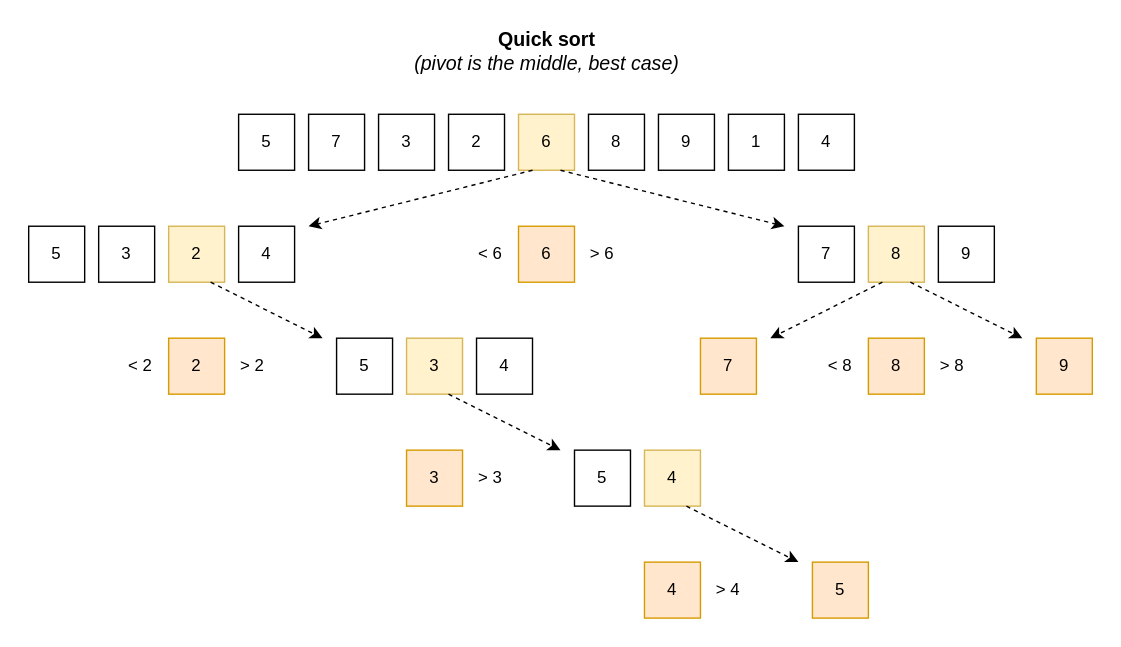
Above: quick_sort/quick_sort.drawio.svg in oleksiivelychko/go-christmass (draw.io), before the change. Source tidied: cells renumbered, new cells last; positions are measured from the earlier drawing's top-left corner, leaving out a move shared by most shapes.
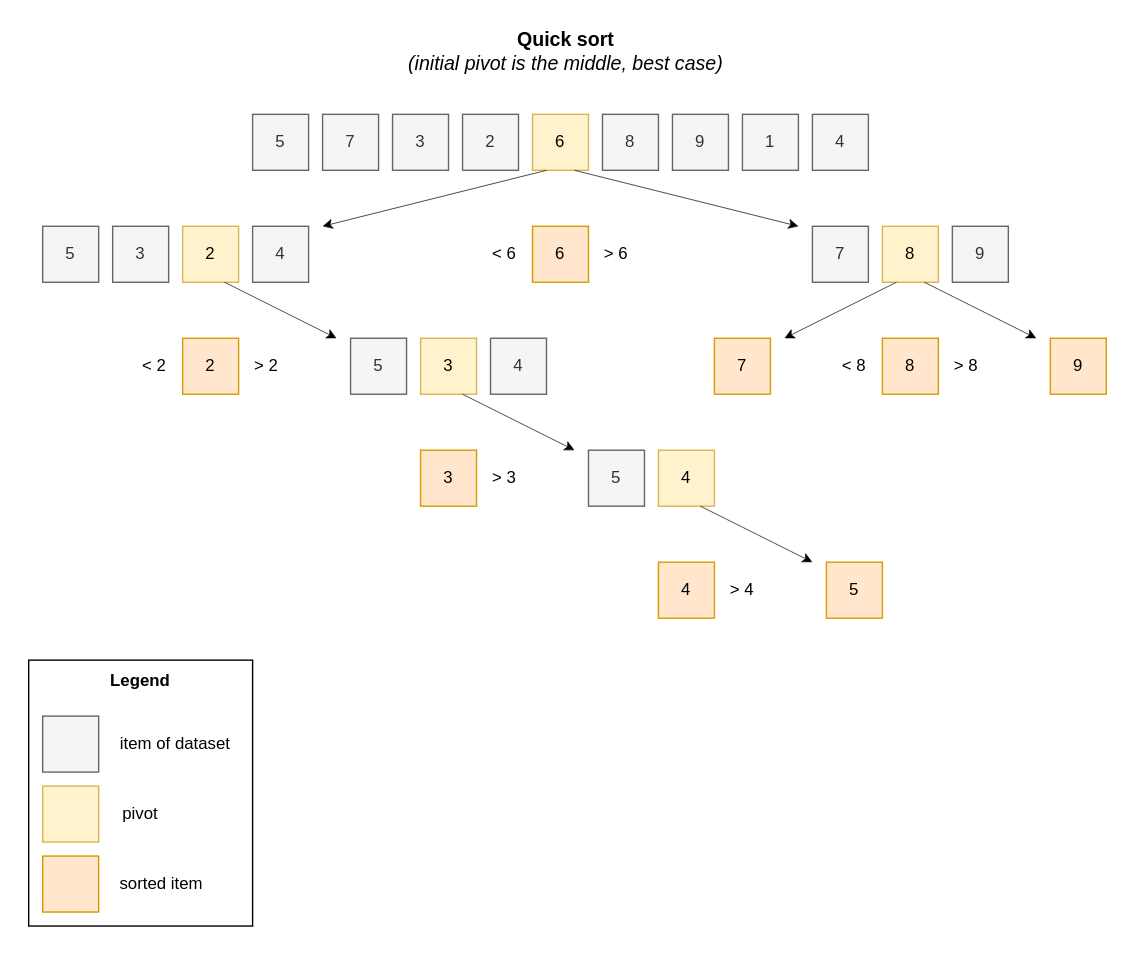
After the commit.

Diff of the diagram source:
```diff
@@ -2,60 +2,60 @@
   <root>
     <mxCell id="0" />
     <mxCell id="1" parent="0" />
-    <mxCell id="2" value="Quick sort &lt;br&gt;&lt;span style=&quot;font-weight: normal;&quot;&gt;&lt;i&gt;(pivot is the middle, best case)&lt;/i&gt;&lt;/span&gt;" style="text;html=1;strokeColor=none;fillColor=none;align=center;verticalAlign=middle;whiteSpace=wrap;rounded=0;fontSize=14;fontStyle=1;" parent="1" vertex="1">
-      <mxGeometry x="272.5" width="195" height="30" as="geometry" />
-    </mxCell>
-    <mxCell id="3" value="5" style="whiteSpace=wrap;html=1;" parent="1" vertex="1">
-      <mxGeometry x="150" y="60" width="40" height="40" as="geometry" />
-    </mxCell>
-    <mxCell id="4" value="7" style="whiteSpace=wrap;html=1;" parent="1" vertex="1">
-      <mxGeometry x="200" y="60" width="40" height="40" as="geometry" />
-    </mxCell>
-    <mxCell id="5" value="3" style="whiteSpace=wrap;html=1;" parent="1" vertex="1">
-      <mxGeometry x="250" y="60" width="40" height="40" as="geometry" />
-    </mxCell>
+    <mxCell id="47" value="Quick sort &lt;br&gt;&lt;span style=&quot;font-weight: normal;&quot;&gt;&lt;i&gt;(initial pivot is the middle, best case)&lt;/i&gt;&lt;/span&gt;" style="text;html=1;strokeColor=none;fillColor=none;align=center;verticalAlign=middle;whiteSpace=wrap;rounded=0;fontSize=14;fontStyle=1;" parent="1" vertex="1">
+      <mxGeometry x="260" width="227.5" height="30" as="geometry" />
+    </mxCell>
+    <mxCell id="48" value="5" style="whiteSpace=wrap;html=1;fillColor=#f5f5f5;fontColor=#333333;strokeColor=#666666;" parent="1" vertex="1">
+      <mxGeometry x="150" y="60" width="40" height="40" as="geometry" />
+    </mxCell>
+    <mxCell id="49" value="7" style="whiteSpace=wrap;html=1;fillColor=#f5f5f5;fontColor=#333333;strokeColor=#666666;" parent="1" vertex="1">
+      <mxGeometry x="200" y="60" width="40" height="40" as="geometry" />
+    </mxCell>
+    <mxCell id="50" value="3" style="whiteSpace=wrap;html=1;fillColor=#f5f5f5;fontColor=#333333;strokeColor=#666666;" parent="1" vertex="1">
+      <mxGeometry x="250" y="60" width="40" height="40" as="geometry" />
+    </mxCell>
-    <mxCell id="6" value="2" style="whiteSpace=wrap;html=1;" parent="1" vertex="1">
+    <mxCell id="6" value="2" style="whiteSpace=wrap;html=1;fillColor=#f5f5f5;fontColor=#333333;strokeColor=#666666;" parent="1" vertex="1">
       <mxGeometry x="300" y="60" width="40" height="40" as="geometry" />
     </mxCell>
     <mxCell id="7" value="6" style="whiteSpace=wrap;html=1;fillColor=#fff2cc;strokeColor=#d6b656;" parent="1" vertex="1">
       <mxGeometry x="350" y="60" width="40" height="40" as="geometry" />
     </mxCell>
-    <mxCell id="8" value="8" style="whiteSpace=wrap;html=1;" parent="1" vertex="1">
+    <mxCell id="8" value="8" style="whiteSpace=wrap;html=1;fillColor=#f5f5f5;fontColor=#333333;strokeColor=#666666;" parent="1" vertex="1">
       <mxGeometry x="400" y="60" width="40" height="40" as="geometry" />
     </mxCell>
-    <mxCell id="9" value="9" style="whiteSpace=wrap;html=1;" parent="1" vertex="1">
-      <mxGeometry x="450" y="60" width="40" height="40" as="geometry" />
-    </mxCell>
+    <mxCell id="51" value="9" style="whiteSpace=wrap;html=1;fillColor=#f5f5f5;fontColor=#333333;strokeColor=#666666;" parent="1" vertex="1">
+      <mxGeometry x="450" y="60" width="40" height="40" as="geometry" />
+    </mxCell>
-    <mxCell id="10" value="1" style="whiteSpace=wrap;html=1;" parent="1" vertex="1">
+    <mxCell id="10" value="1" style="whiteSpace=wrap;html=1;fillColor=#f5f5f5;fontColor=#333333;strokeColor=#666666;" parent="1" vertex="1">
       <mxGeometry x="500" y="60" width="40" height="40" as="geometry" />
     </mxCell>
-    <mxCell id="11" value="4" style="whiteSpace=wrap;html=1;" parent="1" vertex="1">
-      <mxGeometry x="550" y="60" width="40" height="40" as="geometry" />
-    </mxCell>
+    <mxCell id="52" value="4" style="whiteSpace=wrap;html=1;fillColor=#f5f5f5;fontColor=#333333;strokeColor=#666666;" parent="1" vertex="1">
+      <mxGeometry x="550" y="60" width="40" height="40" as="geometry" />
+    </mxCell>
     <mxCell id="12" value="6" style="whiteSpace=wrap;html=1;fillColor=#ffe6cc;strokeColor=#d79b00;" parent="1" vertex="1">
       <mxGeometry x="350" y="140" width="40" height="40" as="geometry" />
     </mxCell>
-    <mxCell id="13" value="5" style="whiteSpace=wrap;html=1;" parent="1" vertex="1">
-      <mxGeometry y="140" width="40" height="40" as="geometry" />
-    </mxCell>
-    <mxCell id="14" value="3" style="whiteSpace=wrap;html=1;" parent="1" vertex="1">
-      <mxGeometry x="50" y="140" width="40" height="40" as="geometry" />
-    </mxCell>
-    <mxCell id="15" value="7" style="whiteSpace=wrap;html=1;" parent="1" vertex="1">
-      <mxGeometry x="550" y="140" width="40" height="40" as="geometry" />
-    </mxCell>
+    <mxCell id="53" value="5" style="whiteSpace=wrap;html=1;fillColor=#f5f5f5;fontColor=#333333;strokeColor=#666666;" parent="1" vertex="1">
+      <mxGeometry y="140" width="40" height="40" as="geometry" />
+    </mxCell>
+    <mxCell id="54" value="3" style="whiteSpace=wrap;html=1;fillColor=#f5f5f5;fontColor=#333333;strokeColor=#666666;" parent="1" vertex="1">
+      <mxGeometry x="50" y="140" width="40" height="40" as="geometry" />
+    </mxCell>
+    <mxCell id="55" value="7" style="whiteSpace=wrap;html=1;fillColor=#f5f5f5;fontColor=#333333;strokeColor=#666666;" parent="1" vertex="1">
+      <mxGeometry x="550" y="140" width="40" height="40" as="geometry" />
+    </mxCell>
     <mxCell id="16" value="2" style="whiteSpace=wrap;html=1;fillColor=#fff2cc;strokeColor=#d6b656;" parent="1" vertex="1">
       <mxGeometry x="100" y="140" width="40" height="40" as="geometry" />
     </mxCell>
     <mxCell id="17" value="8" style="whiteSpace=wrap;html=1;fillColor=#fff2cc;strokeColor=#d6b656;" parent="1" vertex="1">
       <mxGeometry x="600" y="140" width="40" height="40" as="geometry" />
     </mxCell>
-    <mxCell id="18" value="9" style="whiteSpace=wrap;html=1;" parent="1" vertex="1">
-      <mxGeometry x="650" y="140" width="40" height="40" as="geometry" />
-    </mxCell>
-    <mxCell id="19" value="4" style="whiteSpace=wrap;html=1;" parent="1" vertex="1">
-      <mxGeometry x="150" y="140" width="40" height="40" as="geometry" />
-    </mxCell>
+    <mxCell id="56" value="9" style="whiteSpace=wrap;html=1;fillColor=#f5f5f5;fontColor=#333333;strokeColor=#666666;" parent="1" vertex="1">
+      <mxGeometry x="650" y="140" width="40" height="40" as="geometry" />
+    </mxCell>
+    <mxCell id="57" value="4" style="whiteSpace=wrap;html=1;fillColor=#f5f5f5;fontColor=#333333;strokeColor=#666666;" parent="1" vertex="1">
+      <mxGeometry x="150" y="140" width="40" height="40" as="geometry" />
+    </mxCell>
     <mxCell id="20" value="&amp;lt; 6" style="text;html=1;strokeColor=none;fillColor=none;align=center;verticalAlign=middle;whiteSpace=wrap;rounded=0;" parent="1" vertex="1">
       <mxGeometry x="320" y="155" width="20" height="10" as="geometry" />
     </mxCell>
@@ -65,15 +65,15 @@
     <mxCell id="22" value="2" style="whiteSpace=wrap;html=1;fillColor=#ffe6cc;strokeColor=#d79b00;" parent="1" vertex="1">
       <mxGeometry x="100" y="220" width="40" height="40" as="geometry" />
     </mxCell>
-    <mxCell id="23" value="5" style="whiteSpace=wrap;html=1;" parent="1" vertex="1">
-      <mxGeometry x="220" y="220" width="40" height="40" as="geometry" />
-    </mxCell>
+    <mxCell id="58" value="5" style="whiteSpace=wrap;html=1;fillColor=#f5f5f5;fontColor=#333333;strokeColor=#666666;" parent="1" vertex="1">
+      <mxGeometry x="220" y="220" width="40" height="40" as="geometry" />
+    </mxCell>
     <mxCell id="24" value="3" style="whiteSpace=wrap;html=1;fillColor=#fff2cc;strokeColor=#d6b656;" parent="1" vertex="1">
       <mxGeometry x="270" y="220" width="40" height="40" as="geometry" />
     </mxCell>
-    <mxCell id="25" value="4" style="whiteSpace=wrap;html=1;" parent="1" vertex="1">
-      <mxGeometry x="320" y="220" width="40" height="40" as="geometry" />
-    </mxCell>
+    <mxCell id="59" value="4" style="whiteSpace=wrap;html=1;fillColor=#f5f5f5;fontColor=#333333;strokeColor=#666666;" parent="1" vertex="1">
+      <mxGeometry x="320" y="220" width="40" height="40" as="geometry" />
+    </mxCell>
     <mxCell id="26" value="&amp;lt; 2" style="text;html=1;strokeColor=none;fillColor=none;align=center;verticalAlign=middle;whiteSpace=wrap;rounded=0;" parent="1" vertex="1">
       <mxGeometry x="70" y="235" width="20" height="10" as="geometry" />
     </mxCell>
@@ -98,42 +98,42 @@
     <mxCell id="33" value="3" style="whiteSpace=wrap;html=1;fillColor=#ffe6cc;strokeColor=#d79b00;" parent="1" vertex="1">
       <mxGeometry x="270" y="300" width="40" height="40" as="geometry" />
     </mxCell>
-    <mxCell id="34" value="5" style="whiteSpace=wrap;html=1;" parent="1" vertex="1">
-      <mxGeometry x="390" y="300" width="40" height="40" as="geometry" />
-    </mxCell>
+    <mxCell id="60" value="5" style="whiteSpace=wrap;html=1;fillColor=#f5f5f5;fontColor=#333333;strokeColor=#666666;" parent="1" vertex="1">
+      <mxGeometry x="390" y="300" width="40" height="40" as="geometry" />
+    </mxCell>
     <mxCell id="35" value="&amp;gt; 3" style="text;html=1;strokeColor=none;fillColor=none;align=center;verticalAlign=middle;whiteSpace=wrap;rounded=0;" parent="1" vertex="1">
       <mxGeometry x="320" y="315" width="20" height="10" as="geometry" />
     </mxCell>
-    <mxCell id="36" style="endArrow=classic;html=1;rounded=0;exitX=0.25;exitY=1;exitDx=0;exitDy=0;dashed=1;" parent="1" edge="1" source="7">
-      <mxGeometry relative="1" as="geometry">
-        <mxPoint x="200" y="140" as="targetPoint" />
-      </mxGeometry>
-    </mxCell>
-    <mxCell id="37" style="endArrow=classic;html=1;rounded=0;exitX=0.75;exitY=1;exitDx=0;exitDy=0;dashed=1;" parent="1" edge="1" source="7">
-      <mxGeometry relative="1" as="geometry">
-        <mxPoint x="540" y="140" as="targetPoint" />
-      </mxGeometry>
-    </mxCell>
-    <mxCell id="38" style="endArrow=classic;html=1;rounded=0;exitX=0.75;exitY=1;exitDx=0;exitDy=0;dashed=1;" parent="1" edge="1" source="16">
-      <mxGeometry relative="1" as="geometry">
-        <mxPoint x="210" y="220" as="targetPoint" />
-      </mxGeometry>
-    </mxCell>
-    <mxCell id="39" style="endArrow=classic;html=1;rounded=0;dashed=1;exitX=0.75;exitY=1;exitDx=0;exitDy=0;" parent="1" edge="1" source="24">
-      <mxGeometry relative="1" as="geometry">
-        <mxPoint x="380" y="300" as="targetPoint" />
-      </mxGeometry>
-    </mxCell>
-    <mxCell id="40" style="endArrow=classic;html=1;rounded=0;exitX=0.75;exitY=1;exitDx=0;exitDy=0;dashed=1;" parent="1" edge="1" source="17">
-      <mxGeometry relative="1" as="geometry">
-        <mxPoint x="710" y="220" as="targetPoint" />
-      </mxGeometry>
-    </mxCell>
-    <mxCell id="41" style="endArrow=classic;html=1;rounded=0;exitX=0.25;exitY=1;exitDx=0;exitDy=0;dashed=1;" parent="1" edge="1" source="17">
-      <mxGeometry relative="1" as="geometry">
-        <mxPoint x="530" y="220" as="targetPoint" />
-      </mxGeometry>
-    </mxCell>
+    <mxCell id="61" style="endArrow=classic;html=1;rounded=0;exitX=0.25;exitY=1;exitDx=0;exitDy=0;strokeWidth=0.5;" parent="1" edge="1" source="7">
+      <mxGeometry relative="1" as="geometry">
+        <mxPoint x="200" y="140" as="targetPoint" />
+      </mxGeometry>
+    </mxCell>
+    <mxCell id="62" style="endArrow=classic;html=1;rounded=0;exitX=0.75;exitY=1;exitDx=0;exitDy=0;strokeWidth=0.5;" parent="1" edge="1" source="7">
+      <mxGeometry relative="1" as="geometry">
+        <mxPoint x="540" y="140" as="targetPoint" />
+      </mxGeometry>
+    </mxCell>
+    <mxCell id="63" style="endArrow=classic;html=1;rounded=0;exitX=0.75;exitY=1;exitDx=0;exitDy=0;strokeWidth=0.5;" parent="1" edge="1" source="16">
+      <mxGeometry relative="1" as="geometry">
+        <mxPoint x="210" y="220" as="targetPoint" />
+      </mxGeometry>
+    </mxCell>
+    <mxCell id="64" style="endArrow=classic;html=1;rounded=0;exitX=0.75;exitY=1;exitDx=0;exitDy=0;strokeWidth=0.5;" parent="1" edge="1" source="24">
+      <mxGeometry relative="1" as="geometry">
+        <mxPoint x="380" y="300" as="targetPoint" />
+      </mxGeometry>
+    </mxCell>
+    <mxCell id="65" style="endArrow=classic;html=1;rounded=0;exitX=0.75;exitY=1;exitDx=0;exitDy=0;strokeWidth=0.5;" parent="1" edge="1" source="17">
+      <mxGeometry relative="1" as="geometry">
+        <mxPoint x="710" y="220" as="targetPoint" />
+      </mxGeometry>
+    </mxCell>
+    <mxCell id="66" style="endArrow=classic;html=1;rounded=0;exitX=0.25;exitY=1;exitDx=0;exitDy=0;strokeWidth=0.5;" parent="1" edge="1" source="17">
+      <mxGeometry relative="1" as="geometry">
+        <mxPoint x="530" y="220" as="targetPoint" />
+      </mxGeometry>
+    </mxCell>
     <mxCell id="42" value="4" style="whiteSpace=wrap;html=1;fillColor=#fff2cc;strokeColor=#d6b656;" parent="1" vertex="1">
       <mxGeometry x="440" y="300" width="40" height="40" as="geometry" />
     </mxCell>
@@ -146,10 +146,34 @@
     <mxCell id="45" value="&amp;gt; 4" style="text;html=1;strokeColor=none;fillColor=none;align=center;verticalAlign=middle;whiteSpace=wrap;rounded=0;" parent="1" vertex="1">
       <mxGeometry x="490" y="395" width="20" height="10" as="geometry" />
     </mxCell>
-    <mxCell id="46" style="endArrow=classic;html=1;rounded=0;dashed=1;exitX=0.75;exitY=1;exitDx=0;exitDy=0;" parent="1" edge="1" source="42">
-      <mxGeometry relative="1" as="geometry">
-        <mxPoint x="550" y="380" as="targetPoint" />
-      </mxGeometry>
-    </mxCell>
+    <mxCell id="67" style="endArrow=classic;html=1;rounded=0;exitX=0.75;exitY=1;exitDx=0;exitDy=0;strokeWidth=0.5;" parent="1" edge="1" source="42">
+      <mxGeometry relative="1" as="geometry">
+        <mxPoint x="550" y="380" as="targetPoint" />
+      </mxGeometry>
+    </mxCell>
+    <mxCell id="68" style="whiteSpace=wrap;html=1;fillColor=#f5f5f5;fontColor=#333333;strokeColor=#666666;" parent="1" vertex="1">
+      <mxGeometry y="490" width="40" height="40" as="geometry" />
+    </mxCell>
+    <mxCell id="69" style="whiteSpace=wrap;html=1;fillColor=#fff2cc;strokeColor=#d6b656;" parent="1" vertex="1">
+      <mxGeometry y="540" width="40" height="40" as="geometry" />
+    </mxCell>
+    <mxCell id="70" style="whiteSpace=wrap;html=1;fillColor=#ffe6cc;strokeColor=#d79b00;" parent="1" vertex="1">
+      <mxGeometry y="590" width="40" height="40" as="geometry" />
+    </mxCell>
+    <mxCell id="71" value="item of dataset" style="text;html=1;strokeColor=none;fillColor=none;align=center;verticalAlign=middle;whiteSpace=wrap;rounded=0;" parent="1" vertex="1">
+      <mxGeometry x="50" y="495" width="90" height="30" as="geometry" />
+    </mxCell>
+    <mxCell id="72" value="pivot" style="text;html=1;strokeColor=none;fillColor=none;align=center;verticalAlign=middle;whiteSpace=wrap;rounded=0;" parent="1" vertex="1">
+      <mxGeometry x="50" y="545" width="40" height="30" as="geometry" />
+    </mxCell>
+    <mxCell id="73" value="sorted item" style="text;html=1;strokeColor=none;fillColor=none;align=center;verticalAlign=middle;whiteSpace=wrap;rounded=0;" parent="1" vertex="1">
+      <mxGeometry x="50" y="595" width="70" height="30" as="geometry" />
+    </mxCell>
+    <mxCell id="74" value="&lt;b&gt;Legend&lt;/b&gt;" style="text;html=1;strokeColor=none;fillColor=none;align=center;verticalAlign=middle;whiteSpace=wrap;rounded=0;" parent="1" vertex="1">
+      <mxGeometry x="40" y="450" width="60" height="30" as="geometry" />
+    </mxCell>
+    <mxCell id="75" style="rounded=0;whiteSpace=wrap;html=1;glass=0;gradientColor=none;fillColor=none;" parent="1" vertex="1">
+      <mxGeometry x="-10" y="450" width="160" height="190" as="geometry" />
+    </mxCell>
   </root>
 </mxGraphModel>
```
